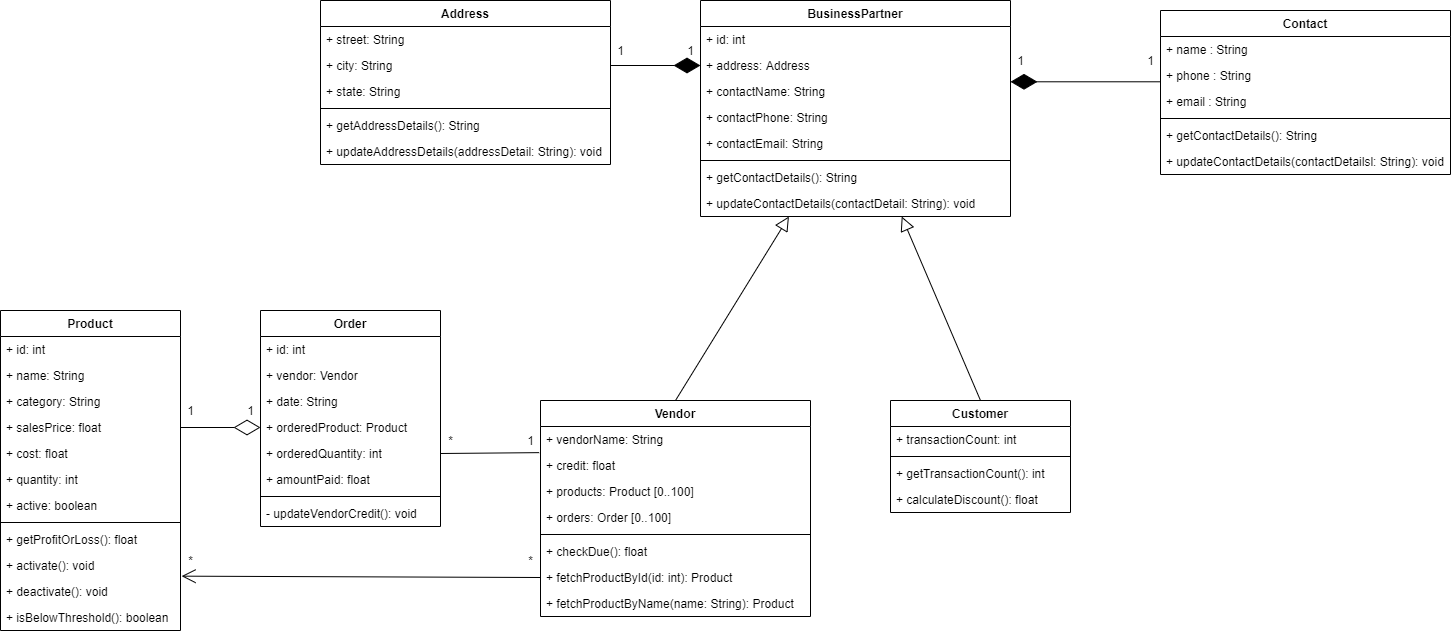
Above: OOAD/upgrad-ims/UML_Diagram/upgrad - IMS.png in SilentSaint/upgrad-FSD (draw.io), before the change. Source tidied: cells renumbered, new cells last; positions are measured from the earlier drawing's top-left corner, leaving out a move shared by most shapes.
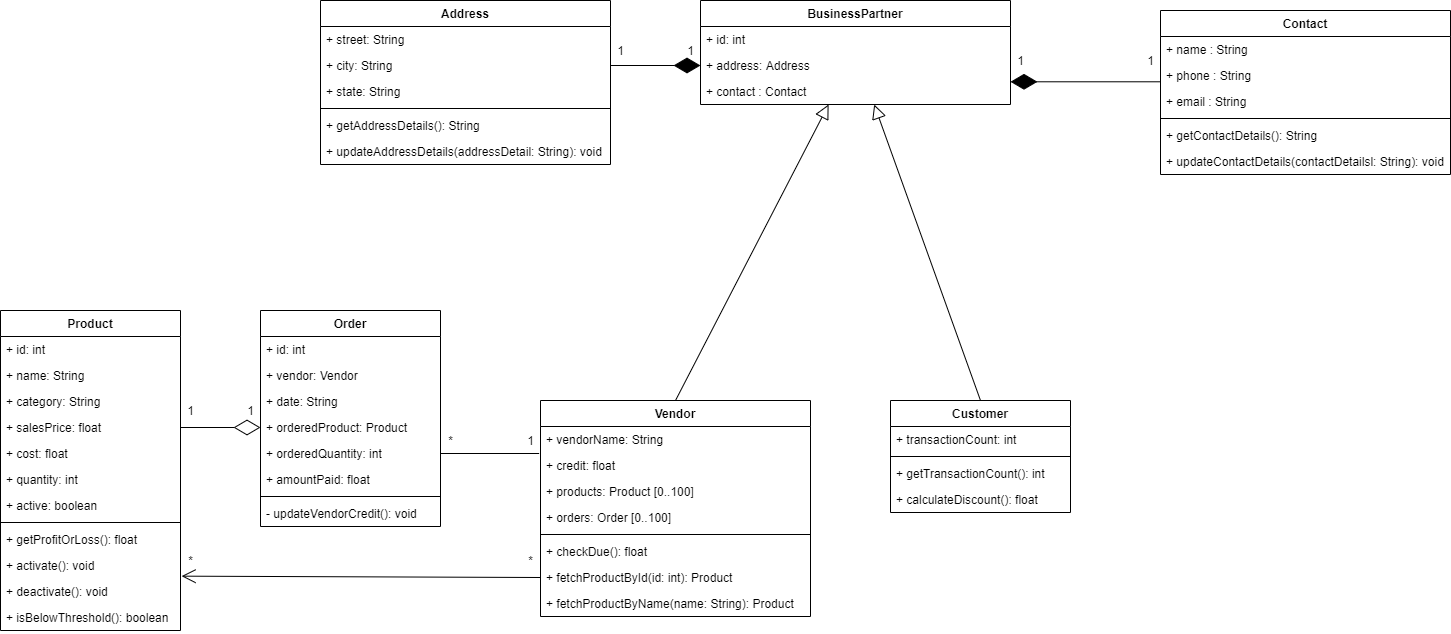
Above is the later version.

Commit message:
edited the uml diagram and created a few classes

Change to the diagram source:
```diff
@@ -81,7 +81,7 @@
       <mxGeometry y="86" width="180" height="26" as="geometry" />
     </mxCell>
     <mxCell id="28" value="BusinessPartner" style="swimlane;fontStyle=1;align=center;verticalAlign=top;horizontal=1;startSize=26;" parent="1" vertex="1">
-      <mxGeometry x="700" width="310" height="216" as="geometry" />
+      <mxGeometry x="700" width="310" height="104" as="geometry" />
     </mxCell>
     <mxCell id="29" value="+ id: int" style="text;strokeColor=none;fillColor=none;align=left;verticalAlign=top;spacingLeft=4;spacingRight=4;overflow=hidden;" parent="28" vertex="1">
       <mxGeometry y="26" width="310" height="26" as="geometry" />
@@ -89,24 +89,9 @@
     <mxCell id="30" value="+ address: Address" style="text;strokeColor=none;fillColor=none;align=left;verticalAlign=top;spacingLeft=4;spacingRight=4;overflow=hidden;points=[[0,0.5],[1,0.5]];portConstraint=eastwest;" parent="28" vertex="1">
       <mxGeometry y="52" width="310" height="26" as="geometry" />
     </mxCell>
-    <mxCell id="31" value="+ contactName: String" style="text;strokeColor=none;fillColor=none;align=left;verticalAlign=top;spacingLeft=4;spacingRight=4;overflow=hidden;" parent="28" vertex="1">
+    <mxCell id="31" value="+ contact : Contact" style="text;strokeColor=none;fillColor=none;align=left;verticalAlign=top;spacingLeft=4;spacingRight=4;overflow=hidden;" parent="28" vertex="1">
       <mxGeometry y="78" width="310" height="26" as="geometry" />
     </mxCell>
-    <mxCell id="32" value="+ contactPhone: String" style="text;strokeColor=none;fillColor=none;align=left;verticalAlign=top;spacingLeft=4;spacingRight=4;overflow=hidden;" parent="28" vertex="1">
-      <mxGeometry y="104" width="310" height="26" as="geometry" />
-    </mxCell>
-    <mxCell id="33" value="+ contactEmail: String" style="text;strokeColor=none;fillColor=none;align=left;verticalAlign=top;spacingLeft=4;spacingRight=4;overflow=hidden;" parent="28" vertex="1">
-      <mxGeometry y="130" width="310" height="26" as="geometry" />
-    </mxCell>
-    <mxCell id="34" style="line;strokeWidth=1;fillColor=none;align=left;verticalAlign=middle;spacingTop=-1;spacingLeft=3;spacingRight=3;labelPosition=right;" parent="28" vertex="1">
-      <mxGeometry y="156" width="310" height="8" as="geometry" />
-    </mxCell>
-    <mxCell id="35" value="+ getContactDetails(): String" style="text;strokeColor=none;fillColor=none;align=left;verticalAlign=top;spacingLeft=4;spacingRight=4;overflow=hidden;" parent="28" vertex="1">
-      <mxGeometry y="164" width="310" height="26" as="geometry" />
-    </mxCell>
-    <mxCell id="36" value="+ updateContactDetails(contactDetail: String): void" style="text;strokeColor=none;fillColor=none;align=left;verticalAlign=top;spacingLeft=4;spacingRight=4;overflow=hidden;" parent="28" vertex="1">
-      <mxGeometry y="190" width="310" height="26" as="geometry" />
-    </mxCell>
     <mxCell id="37" style="edgeStyle=none;html=1;endSize=12;endArrow=block;endFill=0;exitX=0.5;exitY=0;exitDx=0;exitDy=0;" parent="1" edge="1" source="39" target="28">
       <mxGeometry relative="1" as="geometry" />
     </mxCell>
```
